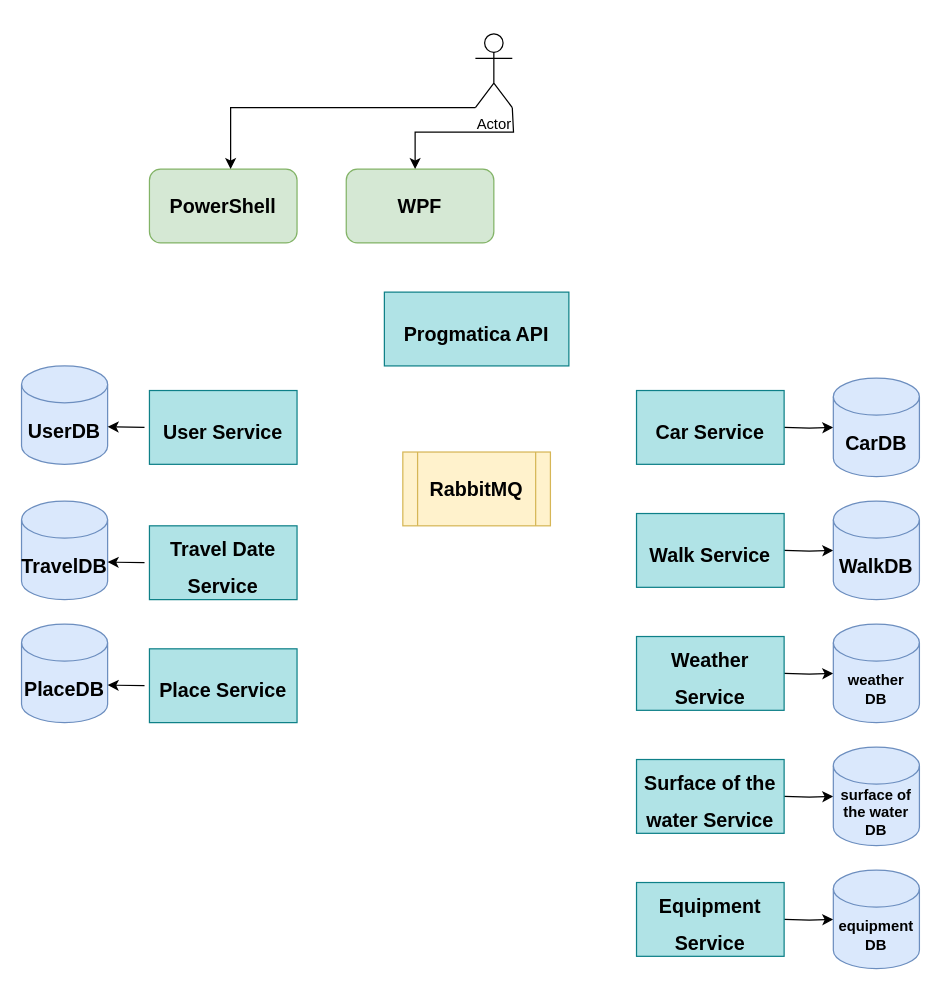
The draw.io diagram page "Артем" (7 of 7) of Team-Pragmatics-Otus.drawio in AATerekhov/Team-Pragmatics-Otus, before the edit. Source tidied: cells renumbered, new cells numbered last; positions are measured from the earlier drawing's top-left corner, leaving out a move shared by most shapes. Both pictures are drawn from the tidied source at 123%, with x=0, y=0 at pixel (21, 33).
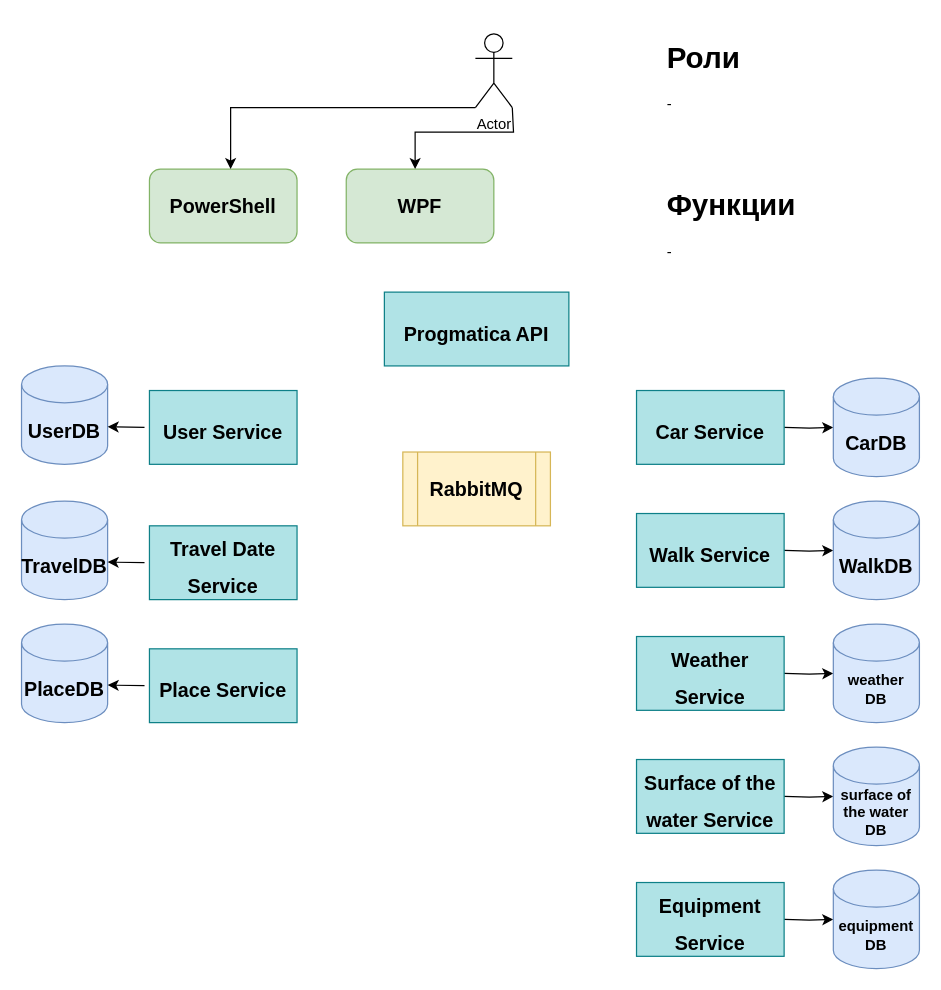
The same diagram, later.

The edit, as a diff of the source:
```diff
@@
+    <mxCell id="33" value="&lt;h1&gt;Роли&lt;/h1&gt;&lt;p&gt;-&lt;/p&gt;" style="text;html=1;strokeColor=none;fillColor=none;spacing=5;spacingTop=-20;whiteSpace=wrap;overflow=hidden;rounded=0;" parent="1" vertex="1">
+      <mxGeometry x="520" width="190" height="120" as="geometry" />
+    </mxCell>
+    <mxCell id="34" value="&lt;h1&gt;Функции&lt;/h1&gt;&lt;p&gt;-&lt;/p&gt;" style="text;html=1;strokeColor=none;fillColor=none;spacing=5;spacingTop=-20;whiteSpace=wrap;overflow=hidden;rounded=0;" parent="1" vertex="1">
+      <mxGeometry x="520" y="120" width="190" height="120" as="geometry" />
+    </mxCell>
```
